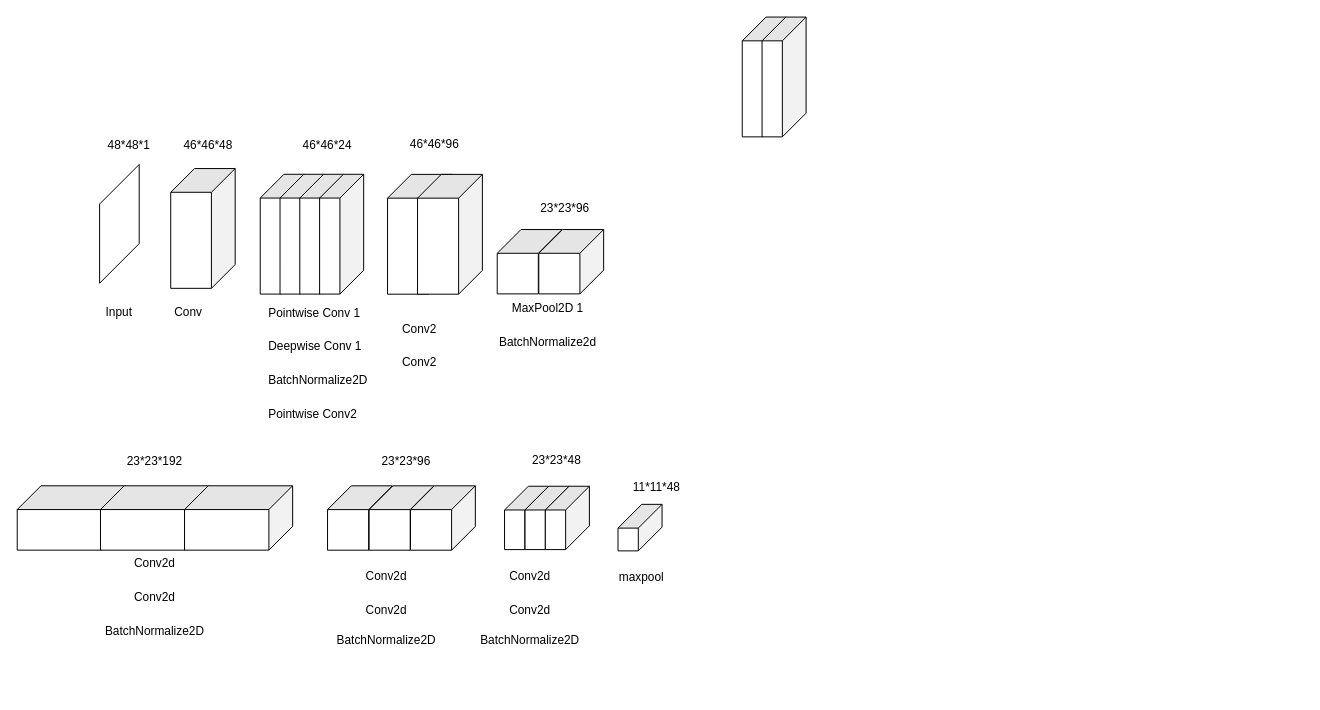
Before: facts tha3o.drawio in BienGudBoy/draws, a draw.io diagram. Source tidied: cells renumbered, new cells numbered last; positions are measured from the earlier drawing's top-left corner, leaving out a move shared by most shapes. Both pictures are drawn from the tidied source at 99%, with x=0, y=0 at pixel (39, 54).
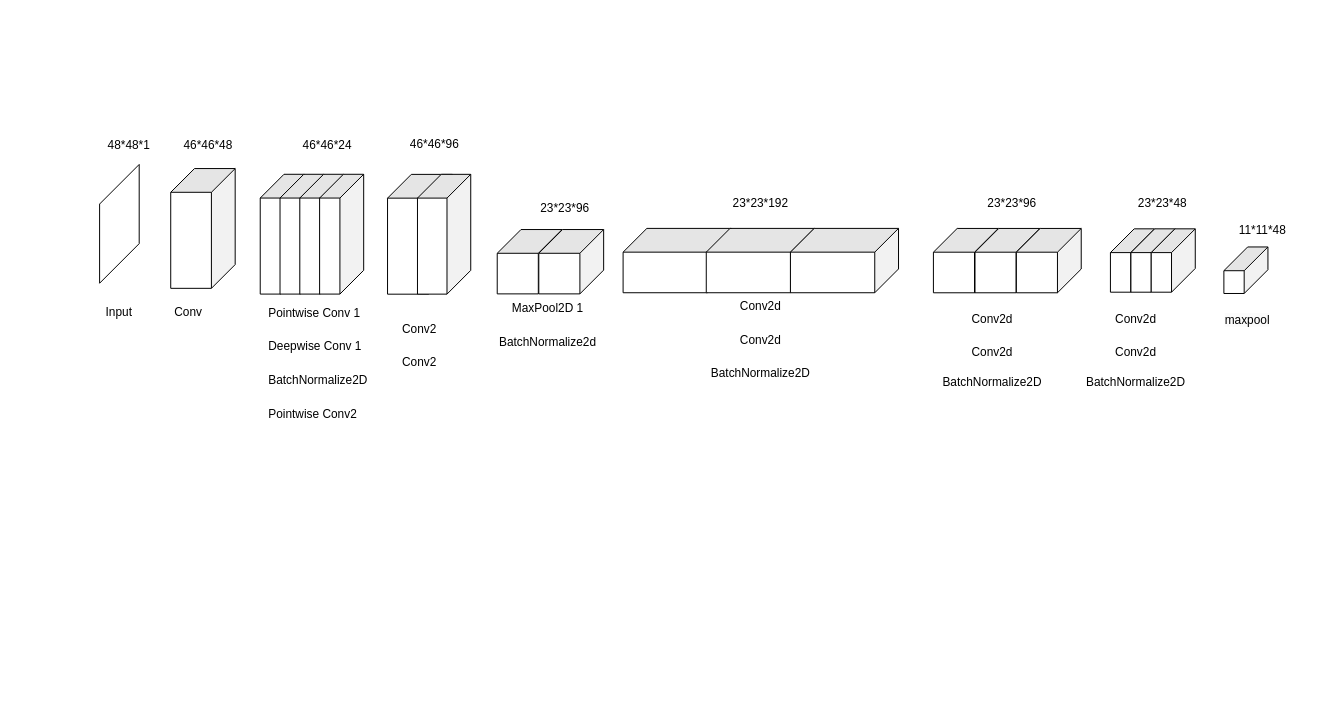
The same page after the edit.

Commit message (it also covers changes not shown here):
Cập nhật facts tha3o.drawio

The edit, as a diff of the source:
```diff
@@
-    <mxCell id="13" value="&lt;p class=&quot;cvGsUA direction-ltr align-center para-style-body&quot; style=&quot;color: rgb(0, 0, 0); font-family: &amp;quot;YAFdJllHsUM 0&amp;quot;, _fb_, auto; --fontSize: 16px; --lineHeight: 1.4; text-transform: none; line-height: 22px;&quot;&gt;&lt;br&gt;&lt;/p&gt;&lt;p class=&quot;cvGsUA direction-ltr align-center para-style-body&quot; style=&quot;color: rgb(0, 0, 0); font-family: &amp;quot;YAFdJllHsUM 0&amp;quot;, _fb_, auto; --fontSize: 16px; --lineHeight: 1.4; text-transform: none; line-height: 22px;&quot;&gt;&lt;span class=&quot;OYPEnA text-decoration-none text-strikethrough-none&quot; style=&quot;color: rgb(0, 0, 0); font-weight: 400; font-style: normal;&quot;&gt;23*23*192&lt;/span&gt;&lt;/p&gt;" style="text;whiteSpace=wrap;html=1;align=center;" parent="1" vertex="1">
-      <mxGeometry x="72" y="347" width="90" height="100" as="geometry" />
+    <mxCell id="13" value="&lt;p class=&quot;cvGsUA direction-ltr align-center para-style-body&quot; style=&quot;color: rgb(0, 0, 0); font-family: &amp;quot;YAFdJllHsUM 0&amp;quot;, _fb_, auto; --fontSize: 16px; --lineHeight: 1.4; text-transform: none; line-height: 22px;&quot;&gt;&lt;span style=&quot;background-color: initial;&quot;&gt;23*23*192&lt;/span&gt;&lt;br&gt;&lt;/p&gt;" style="text;whiteSpace=wrap;html=1;align=center;" parent="1" vertex="1">
+      <mxGeometry x="684" y="120" width="90" height="57" as="geometry" />
     </mxCell>
-    <mxCell id="14" value="&lt;p class=&quot;cvGsUA direction-ltr align-center para-style-body&quot; style=&quot;color: rgb(0, 0, 0); font-family: &amp;quot;YAFdJllHsUM 0&amp;quot;, _fb_, auto; --fontSize: 16px; --lineHeight: 1.4; text-transform: none; line-height: 22px;&quot;&gt;&lt;br&gt;&lt;/p&gt;&lt;p class=&quot;cvGsUA direction-ltr align-center para-style-body&quot; style=&quot;color: rgb(0, 0, 0); font-family: &amp;quot;YAFdJllHsUM 0&amp;quot;, _fb_, auto; --fontSize: 16px; --lineHeight: 1.4; text-transform: none; line-height: 22px;&quot;&gt;&lt;span class=&quot;OYPEnA text-decoration-none text-strikethrough-none&quot; style=&quot;color: rgb(0, 0, 0); font-weight: 400; font-style: normal;&quot;&gt;23*23*96&lt;/span&gt;&lt;/p&gt;" style="text;whiteSpace=wrap;html=1;align=center;" parent="1" vertex="1">
-      <mxGeometry x="331" y="347" width="80" height="100" as="geometry" />
+    <mxCell id="14" value="&lt;p class=&quot;cvGsUA direction-ltr align-center para-style-body&quot; style=&quot;color: rgb(0, 0, 0); font-family: &amp;quot;YAFdJllHsUM 0&amp;quot;, _fb_, auto; --fontSize: 16px; --lineHeight: 1.4; text-transform: none; line-height: 22px;&quot;&gt;&lt;span style=&quot;background-color: initial;&quot;&gt;23*23*96&lt;/span&gt;&lt;br&gt;&lt;/p&gt;" style="text;whiteSpace=wrap;html=1;align=center;" parent="1" vertex="1">
+      <mxGeometry x="943.2" y="120" width="80" height="60" as="geometry" />
     </mxCell>
     <mxCell id="15" value="&lt;p class=&quot;cvGsUA direction-ltr align-center para-style-body&quot; style=&quot;color: rgb(0, 0, 0); font-family: &amp;quot;YAFdJllHsUM 0&amp;quot;, _fb_, auto; --fontSize: 16px; --lineHeight: 1.4; text-transform: none; line-height: 22px;&quot;&gt;&lt;span style=&quot;background-color: initial;&quot;&gt;23*23*48&lt;/span&gt;&lt;br&gt;&lt;/p&gt;" style="text;whiteSpace=wrap;html=1;align=center;" parent="1" vertex="1">
-      <mxGeometry x="483" y="380" width="80" height="40" as="geometry" />
+      <mxGeometry x="1095" y="120" width="80" height="40" as="geometry" />
     </mxCell>
     <mxCell id="16" value="&lt;p class=&quot;cvGsUA direction-ltr align-center para-style-body&quot; style=&quot;color: rgb(0, 0, 0); font-family: &amp;quot;YAFdJllHsUM 0&amp;quot;, _fb_, auto; --fontSize: 16px; --lineHeight: 1.4; text-transform: none; line-height: 22px;&quot;&gt;&lt;span style=&quot;background-color: initial;&quot;&gt;11*11*48&lt;/span&gt;&lt;br&gt;&lt;/p&gt;" style="text;whiteSpace=wrap;html=1;align=center;" parent="1" vertex="1">
-      <mxGeometry x="583.5" y="407" width="80" height="40" as="geometry" />
+      <mxGeometry x="1195.5" y="147" width="80" height="40" as="geometry" />
     </mxCell>
@@
     <mxCell id="22" value="&lt;p class=&quot;cvGsUA direction-ltr align-center para-style-body&quot; style=&quot;color: rgb(0, 0, 0); font-family: &amp;quot;YAFdJllHsUM 0&amp;quot;, _fb_, auto; --fontSize: 16px; --lineHeight: 1.4; text-transform: none; line-height: 22px;&quot;&gt;&lt;span class=&quot;OYPEnA text-decoration-none text-strikethrough-none&quot; style=&quot;color: rgb(0, 0, 0); font-weight: 400; font-style: normal;&quot;&gt;Conv2d&lt;/span&gt;&lt;/p&gt;&lt;p style=&quot;font-family: &amp;quot;YAFdJllHsUM 0&amp;quot;, _fb_, auto; --fontSize: 16px; --lineHeight: 1.4; line-height: 22px;&quot; class=&quot;cvGsUA direction-ltr align-center para-style-body&quot;&gt;&lt;span class=&quot;OYPEnA text-decoration-none text-strikethrough-none&quot;&gt;Conv2d&lt;/span&gt;&lt;/p&gt;&lt;div&gt;&lt;span class=&quot;OYPEnA text-decoration-none text-strikethrough-none&quot;&gt;&lt;p style=&quot;font-family: &amp;quot;YAFdJllHsUM 0&amp;quot;, _fb_, auto; --fontSize: 16px; --lineHeight: 1.4; line-height: 22px;&quot; class=&quot;cvGsUA direction-ltr align-center para-style-body&quot;&gt;&lt;span class=&quot;OYPEnA text-decoration-none text-strikethrough-none&quot;&gt;BatchNormalize2D&lt;/span&gt;&lt;span class=&quot;OYPEnA text-decoration-none text-strikethrough-none white-space-prewrap&quot;&gt;&lt;/span&gt;&lt;/p&gt;&lt;div&gt;&lt;span class=&quot;OYPEnA text-decoration-none text-strikethrough-none&quot;&gt;&lt;br&gt;&lt;/span&gt;&lt;/div&gt;&lt;/span&gt;&lt;/div&gt;" style="text;whiteSpace=wrap;html=1;align=center;" parent="1" vertex="1">
-      <mxGeometry x="72" y="483.5" width="90" height="100" as="geometry" />
+      <mxGeometry x="684" y="223.5" width="90" height="100" as="geometry" />
     </mxCell>
     <mxCell id="23" value="&lt;p class=&quot;cvGsUA direction-ltr align-center para-style-body&quot; style=&quot;color: rgb(0, 0, 0); font-family: &amp;quot;YAFdJllHsUM 0&amp;quot;, _fb_, auto; --fontSize: 16px; --lineHeight: 1.4; text-transform: none; line-height: 22px;&quot;&gt;&lt;span style=&quot;background-color: initial;&quot;&gt;Conv2d&lt;/span&gt;&lt;br&gt;&lt;/p&gt;&lt;p style=&quot;font-family: &amp;quot;YAFdJllHsUM 0&amp;quot;, _fb_, auto; --fontSize: 16px; --lineHeight: 1.4; line-height: 22px;&quot; class=&quot;cvGsUA direction-ltr align-center para-style-body&quot;&gt;&lt;span class=&quot;OYPEnA text-decoration-none text-strikethrough-none&quot;&gt;Conv2d&lt;/span&gt;&lt;/p&gt;&lt;div style=&quot;text-align: left;&quot;&gt;&lt;span class=&quot;OYPEnA text-decoration-none text-strikethrough-none&quot;&gt;&lt;span style=&quot;font-family: &amp;quot;YAFdJllHsUM 0&amp;quot;, _fb_, auto; text-align: center;&quot;&gt;BatchNormalize2D&lt;/span&gt;&lt;/span&gt;&lt;/div&gt;" style="text;whiteSpace=wrap;html=1;align=center;" parent="1" vertex="1">
-      <mxGeometry x="296.1" y="497.1" width="110" height="139.5" as="geometry" />
+      <mxGeometry x="908" y="237.1" width="110" height="139.5" as="geometry" />
     </mxCell>
     <mxCell id="24" value="&lt;p class=&quot;cvGsUA direction-ltr align-center para-style-body&quot; style=&quot;color: rgb(0, 0, 0); font-family: &amp;quot;YAFdJllHsUM 0&amp;quot;, _fb_, auto; --fontSize: 16px; --lineHeight: 1.4; text-transform: none; line-height: 22px;&quot;&gt;&lt;span class=&quot;OYPEnA text-decoration-none text-strikethrough-none&quot; style=&quot;color: rgb(0, 0, 0); font-weight: 400; font-style: normal;&quot;&gt;Conv2d&lt;/span&gt;&lt;/p&gt;&lt;p style=&quot;font-family: &amp;quot;YAFdJllHsUM 0&amp;quot;, _fb_, auto; --fontSize: 16px; --lineHeight: 1.4; line-height: 22px;&quot; class=&quot;cvGsUA direction-ltr align-center para-style-body&quot;&gt;&lt;span class=&quot;OYPEnA text-decoration-none text-strikethrough-none&quot;&gt;Conv2d&lt;/span&gt;&lt;/p&gt;&lt;div&gt;&lt;span class=&quot;OYPEnA text-decoration-none text-strikethrough-none&quot;&gt;&lt;span style=&quot;font-family: &amp;quot;YAFdJllHsUM 0&amp;quot;, _fb_, auto;&quot;&gt;BatchNormalize2D&lt;/span&gt;&lt;br&gt;&lt;/span&gt;&lt;/div&gt;" style="text;whiteSpace=wrap;html=1;align=center;" parent="1" vertex="1">
-      <mxGeometry x="455.5" y="497.1" width="80" height="146.5" as="geometry" />
+      <mxGeometry x="1067.5" y="237.1" width="80" height="146.5" as="geometry" />
     </mxCell>
     <mxCell id="25" value="&lt;span style=&quot;color: rgb(0, 0, 0); font-family: &amp;quot;YAFdJllHsUM 0&amp;quot;, _fb_, auto; font-size: 12px; font-style: normal; font-variant-ligatures: normal; font-variant-caps: normal; font-weight: 400; letter-spacing: normal; orphans: 2; text-align: center; text-indent: 0px; text-transform: none; widows: 2; word-spacing: 0px; -webkit-text-stroke-width: 0px; white-space: normal; background-color: rgb(251, 251, 251); text-decoration-thickness: initial; text-decoration-style: initial; text-decoration-color: initial; display: inline !important; float: none;&quot;&gt;maxpool&lt;/span&gt;" style="text;whiteSpace=wrap;html=1;" parent="1" vertex="1">
-      <mxGeometry x="583.5" y="513.5" width="80" height="40" as="geometry" />
+      <mxGeometry x="1195.5" y="253.5" width="80" height="40" as="geometry" />
     </mxCell>
@@
     <mxCell id="34" style="shape=cube;whiteSpace=wrap;html=1;boundedLbl=1;backgroundOutline=1;darkOpacity=0.05;darkOpacity2=0.1;size=24;rotation=90;" parent="1" vertex="1">
-      <mxGeometry y="413.1" width="65" height="109.2" as="geometry" />
+      <mxGeometry x="612" y="153.1" width="65" height="109.2" as="geometry" />
     </mxCell>
     <mxCell id="35" style="shape=cube;whiteSpace=wrap;html=1;boundedLbl=1;backgroundOutline=1;darkOpacity=0.05;darkOpacity2=0.1;size=24;rotation=90;" parent="1" vertex="1">
-      <mxGeometry x="84.1" y="413.1" width="65" height="109.2" as="geometry" />
+      <mxGeometry x="696" y="153.1" width="65" height="109.2" as="geometry" />
     </mxCell>
     <mxCell id="36" style="shape=cube;whiteSpace=wrap;html=1;boundedLbl=1;backgroundOutline=1;darkOpacity=0.05;darkOpacity2=0.1;size=24;rotation=90;" parent="1" vertex="1">
-      <mxGeometry x="169" y="413.1" width="65" height="109.2" as="geometry" />
+      <mxGeometry x="781" y="153.1" width="65" height="109.2" as="geometry" />
     </mxCell>
     <mxCell id="37" style="group;" parent="1" vertex="1">
-      <mxGeometry x="291.4" y="435.2" width="149.2" height="65" as="geometry" />
+      <mxGeometry x="903.4" y="175.2" width="149.2" height="65" as="geometry" />
     </mxCell>
@@
     <mxCell id="41" style="group;" parent="1" vertex="1">
-      <mxGeometry x="470.1" y="435.7" width="85.8" height="64" as="geometry" />
+      <mxGeometry x="1082.1" y="175.7" width="85.8" height="64" as="geometry" />
     </mxCell>
@@
-    <mxCell id="45" style="shape=cube;whiteSpace=wrap;html=1;boundedLbl=1;backgroundOutline=1;darkOpacity=0.05;darkOpacity2=0.1;size=24;rotation=90;" parent="1" vertex="1">
-      <mxGeometry x="672" width="121" height="44.5" as="geometry" />
-    </mxCell>
-    <mxCell id="46" style="shape=cube;whiteSpace=wrap;html=1;boundedLbl=1;backgroundOutline=1;darkOpacity=0.05;darkOpacity2=0.1;size=24;rotation=90;" parent="1" vertex="1">
-      <mxGeometry x="692" width="121" height="44.5" as="geometry" />
-    </mxCell>
-    <mxCell id="47" style="group;" parent="1" vertex="1">
-      <mxGeometry x="352" y="120.6" width="95.7" height="121" as="geometry" />
-    </mxCell>
+    <mxCell id="52" style="shape=cube;whiteSpace=wrap;html=1;boundedLbl=1;backgroundOutline=1;darkOpacity=0.05;darkOpacity2=0.1;size=24;rotation=90;" parent="1" vertex="1">
+      <mxGeometry x="1195.5" y="195.2" width="47" height="44.5" as="geometry" />
+    </mxCell>
+    <mxCell id="53" style="group;" parent="1" vertex="1">
+      <mxGeometry x="462.8" y="176.3" width="107.4" height="65" as="geometry" />
+    </mxCell>
+    <mxCell id="50" style="shape=cube;whiteSpace=wrap;html=1;boundedLbl=1;backgroundOutline=1;darkOpacity=0.05;darkOpacity2=0.1;size=24;rotation=90;" parent="53" vertex="1">
+      <mxGeometry x="0.2" y="-0.2" width="65" height="65.5" as="geometry" />
+    </mxCell>
+    <mxCell id="51" style="shape=cube;whiteSpace=wrap;html=1;boundedLbl=1;backgroundOutline=1;darkOpacity=0.05;darkOpacity2=0.1;size=24;rotation=90;" parent="53" vertex="1">
+      <mxGeometry x="42.2" y="-0.2" width="65" height="65.5" as="geometry" />
+    </mxCell>
+    <mxCell id="54" style="group;" parent="1" vertex="1">
+      <mxGeometry x="352" y="120.6" width="84" height="121" as="geometry" />
+    </mxCell>
-    <mxCell id="48" style="shape=cube;whiteSpace=wrap;html=1;boundedLbl=1;backgroundOutline=1;darkOpacity=0.05;darkOpacity2=0.1;size=24;rotation=90;" parent="47" vertex="1">
+    <mxCell id="48" style="shape=cube;whiteSpace=wrap;html=1;boundedLbl=1;backgroundOutline=1;darkOpacity=0.05;darkOpacity2=0.1;size=24;rotation=90;" parent="54" vertex="1">
       <mxGeometry x="-27.8" y="27.8" width="121" height="65.5" as="geometry" />
     </mxCell>
-    <mxCell id="49" style="shape=cube;whiteSpace=wrap;html=1;boundedLbl=1;backgroundOutline=1;darkOpacity=0.05;darkOpacity2=0.1;size=24;rotation=90;" parent="47" vertex="1">
-      <mxGeometry x="2.5" y="27.8" width="121" height="65.5" as="geometry" />
+    <mxCell id="49" style="shape=cube;whiteSpace=wrap;html=1;boundedLbl=1;backgroundOutline=1;darkOpacity=0.05;darkOpacity2=0.1;size=24;rotation=90;" parent="54" vertex="1">
+      <mxGeometry x="-3.4" y="33.6" width="121" height="53.8" as="geometry" />
     </mxCell>
-    <mxCell id="50" style="shape=cube;whiteSpace=wrap;html=1;boundedLbl=1;backgroundOutline=1;darkOpacity=0.05;darkOpacity2=0.1;size=24;rotation=90;" parent="1" vertex="1">
-      <mxGeometry x="463" y="176.1" width="65" height="65.5" as="geometry" />
-    </mxCell>
-    <mxCell id="51" style="shape=cube;whiteSpace=wrap;html=1;boundedLbl=1;backgroundOutline=1;darkOpacity=0.05;darkOpacity2=0.1;size=24;rotation=90;" parent="1" vertex="1">
-      <mxGeometry x="505" y="176.1" width="65" height="65.5" as="geometry" />
-    </mxCell>
-    <mxCell id="52" style="shape=cube;whiteSpace=wrap;html=1;boundedLbl=1;backgroundOutline=1;darkOpacity=0.05;darkOpacity2=0.1;size=24;rotation=90;" parent="1" vertex="1">
-      <mxGeometry x="583.5" y="455.2" width="47" height="44.5" as="geometry" />
-    </mxCell>
```
